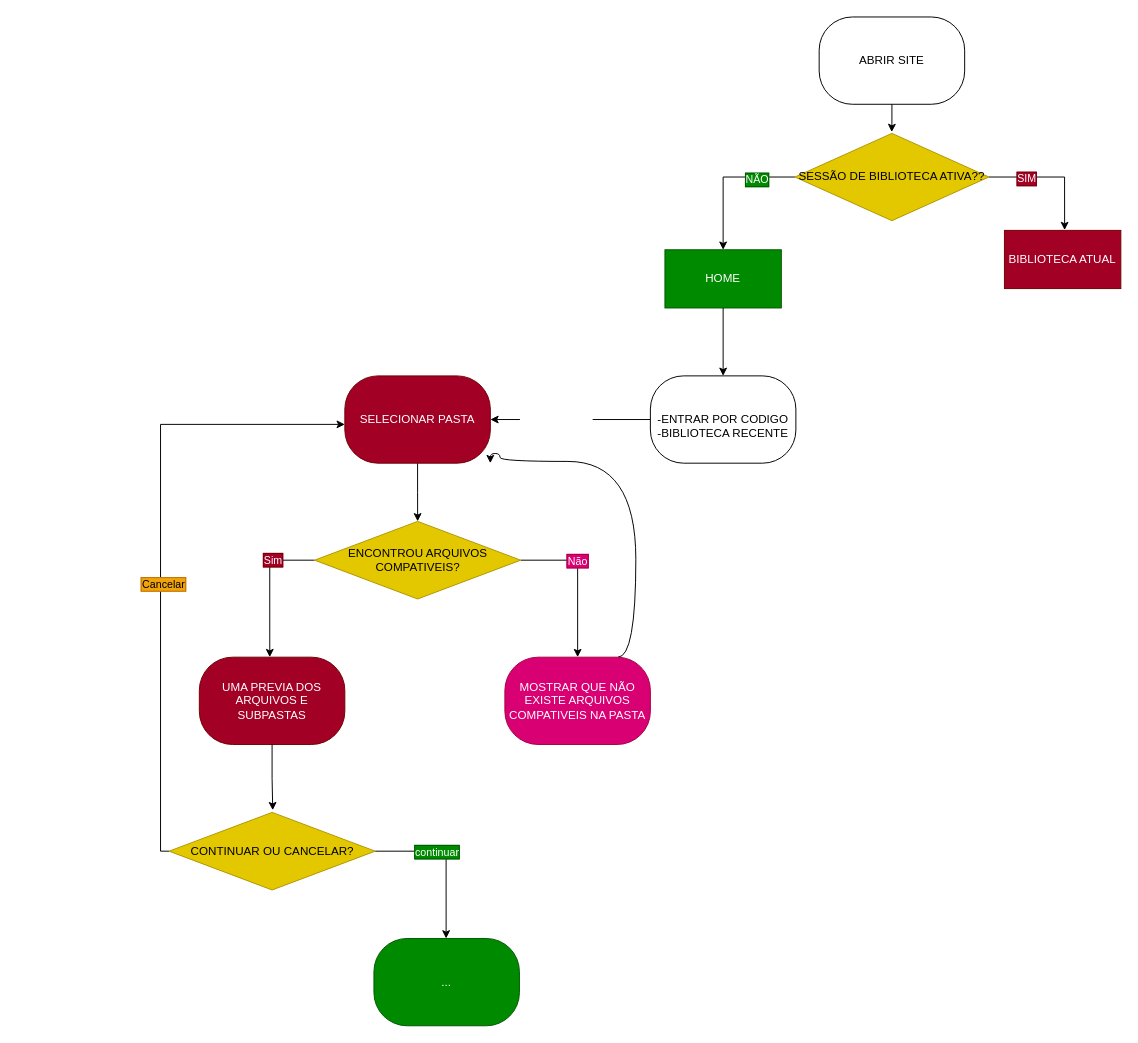
Before: docs/diagrams/01-user-flow.drawio in LuanFazolimMurolo/LearnTrack, a draw.io diagram. Source tidied: cells renumbered, new cells numbered last; positions are measured from the earlier drawing's top-left corner, leaving out a move shared by most shapes. Both pictures are drawn from the tidied source at 97%, with x=0, y=0 at pixel (160, 16).
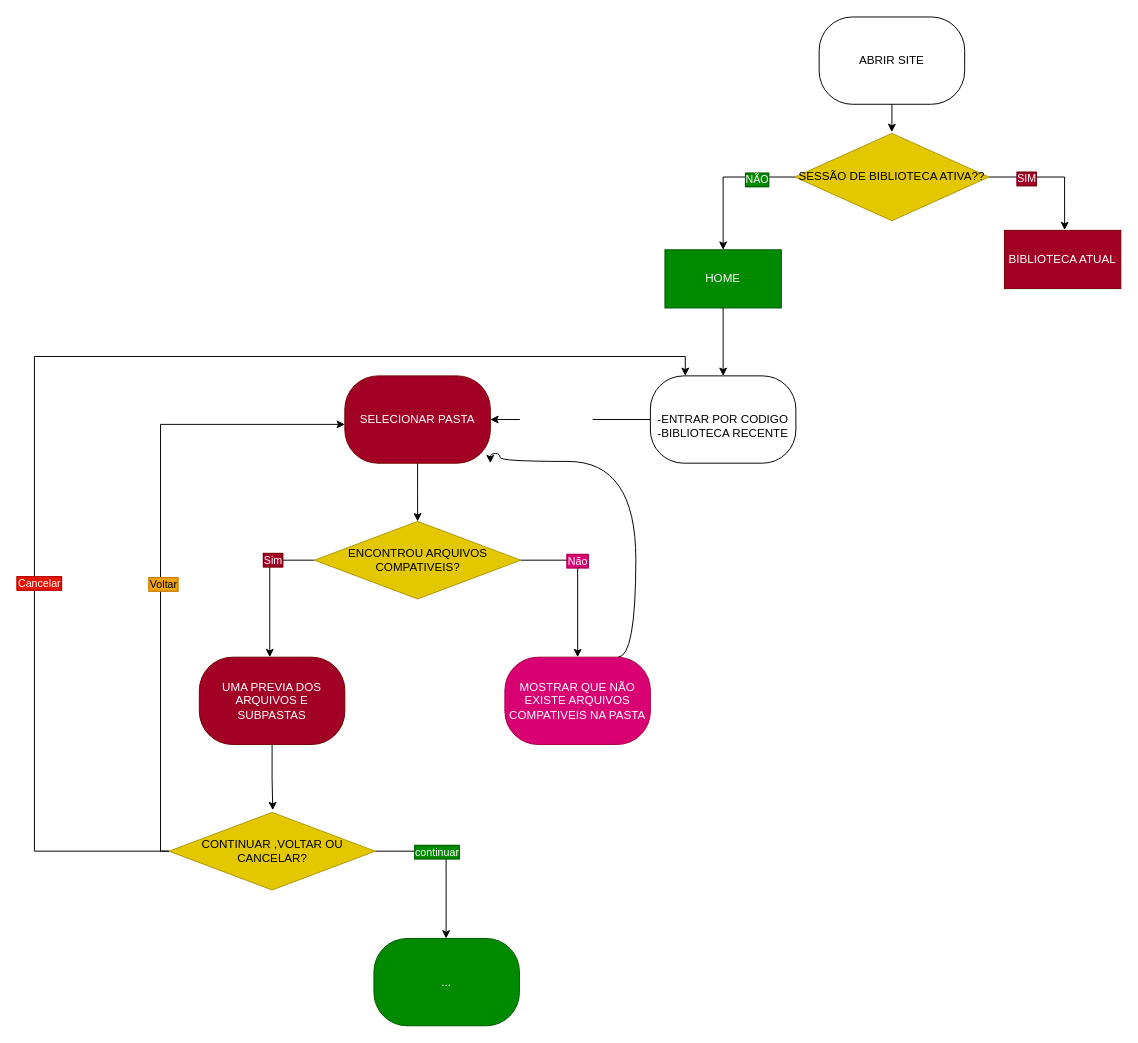
The same page after the edit.

Unchanged cells that the change refers to:
```xml
<mxCell id="13" value="&lt;div&gt;&lt;span style=&quot;color: light-dark(transparent, rgb(255, 204, 204));&quot;&gt;-CRIAR BIBLIOTECA&lt;/span&gt;&lt;/div&gt;&lt;div&gt;-ENTRAR POR CODIGO&lt;/div&gt;&lt;div&gt;-BIBLIOTECA RECENTE&lt;/div&gt;" style="rounded=1;whiteSpace=wrap;html=1;roundedPerimeter=1;arcSize=38;" parent="1" vertex="1">
  <mxGeometry x="505" y="370" width="150" height="90" as="geometry" />
</mxCell>
<mxCell id="27" style="edgeStyle=orthogonalEdgeStyle;rounded=0;jettySize=auto;html=1;defaultLabelBackgroundColor=page;" parent="1" edge="1" source="29" target="16">
  <mxGeometry x="-0.32" relative="1" as="geometry">
    <Array as="points">
      <mxPoint y="860" />
      <mxPoint y="420" />
    </Array>
  </mxGeometry>
</mxCell>
```

What changed in the source:
```diff
@@
-    <mxCell id="28" value="Cancelar" style="edgeLabel;html=1;align=center;verticalAlign=middle;inheritText=fontFamily,fontSize,fontStyle,textOpacity,labelBorderWidth,defaultLabelBackgroundColor,labelPadding;defaultLabelBackgroundColor=page;labelBackgroundColor=#f0a30a;fontColor=#000000;labelBorderColor=#BD7000;" parent="27" vertex="1">
+    <mxCell id="28" value="Voltar" style="edgeLabel;html=1;align=center;verticalAlign=middle;inheritText=fontFamily,fontSize,fontStyle,textOpacity,labelBorderWidth,defaultLabelBackgroundColor,labelPadding;defaultLabelBackgroundColor=page;labelBackgroundColor=#f0a30a;fontColor=#000000;labelBorderColor=#BD7000;" parent="27" vertex="1">
       <mxGeometry x="-0.11" y="-2" relative="1" as="geometry" />
     </mxCell>
+    <mxCell id="32" style="edgeStyle=orthogonalEdgeStyle;rounded=0;jettySize=auto;html=1;defaultLabelBackgroundColor=page;entryX=0.284;entryY=0.085;entryDx=0;entryDy=0;" parent="1" edge="1" source="29" target="13">
+      <mxGeometry x="-0.51" relative="1" as="geometry">
+        <Array as="points">
+          <mxPoint x="-130" y="860" />
+          <mxPoint x="-130" y="350" />
+          <mxPoint x="541" y="350" />
+        </Array>
+      </mxGeometry>
+    </mxCell>
+    <mxCell id="33" value="Cancelar" style="edgeLabel;html=1;align=center;verticalAlign=middle;inheritText=fontFamily,fontSize,fontStyle,textOpacity,labelBorderWidth,defaultLabelBackgroundColor,labelPadding;defaultLabelBackgroundColor=page;labelBackgroundColor=#e51400;labelBorderColor=#B20000;fontColor=#ffffff;" parent="32" vertex="1">
+      <mxGeometry x="-0.38" y="-3" relative="1" as="geometry">
+        <mxPoint x="1" as="offset" />
+      </mxGeometry>
+    </mxCell>
-    <mxCell id="29" value="&lt;span style=&quot;color: light-dark(rgb(0, 0, 0), rgb(153, 255, 153));&quot;&gt;CONTINUAR&lt;/span&gt; OU &lt;span style=&quot;color: light-dark(rgb(0, 0, 0), rgb(255, 179, 102));&quot;&gt;CANCELAR&lt;/span&gt;?" style="rhombus;whiteSpace=wrap;html=1;shapeInside=1;fillColor=#e3c800;fontColor=#000000;strokeColor=#B09500;" parent="1" vertex="1">
+    <mxCell id="29" value="&lt;span style=&quot;color: light-dark(rgb(0, 0, 0), rgb(153, 255, 153));&quot;&gt;CONTINUAR&lt;/span&gt;&amp;nbsp;,&lt;span style=&quot;color: light-dark(rgb(0, 0, 0), rgb(255, 179, 102));&quot;&gt;VOLTAR&lt;/span&gt; OU &lt;span style=&quot;color: light-dark(rgb(0, 0, 0), rgb(255, 51, 51));&quot;&gt;CANCELAR&lt;/span&gt;?" style="rhombus;whiteSpace=wrap;html=1;shapeInside=1;fillColor=#e3c800;fontColor=#000000;strokeColor=#B09500;" parent="1" vertex="1">
       <mxGeometry x="8.8" y="820" width="212.5" height="80" as="geometry" />
     </mxCell>
```
